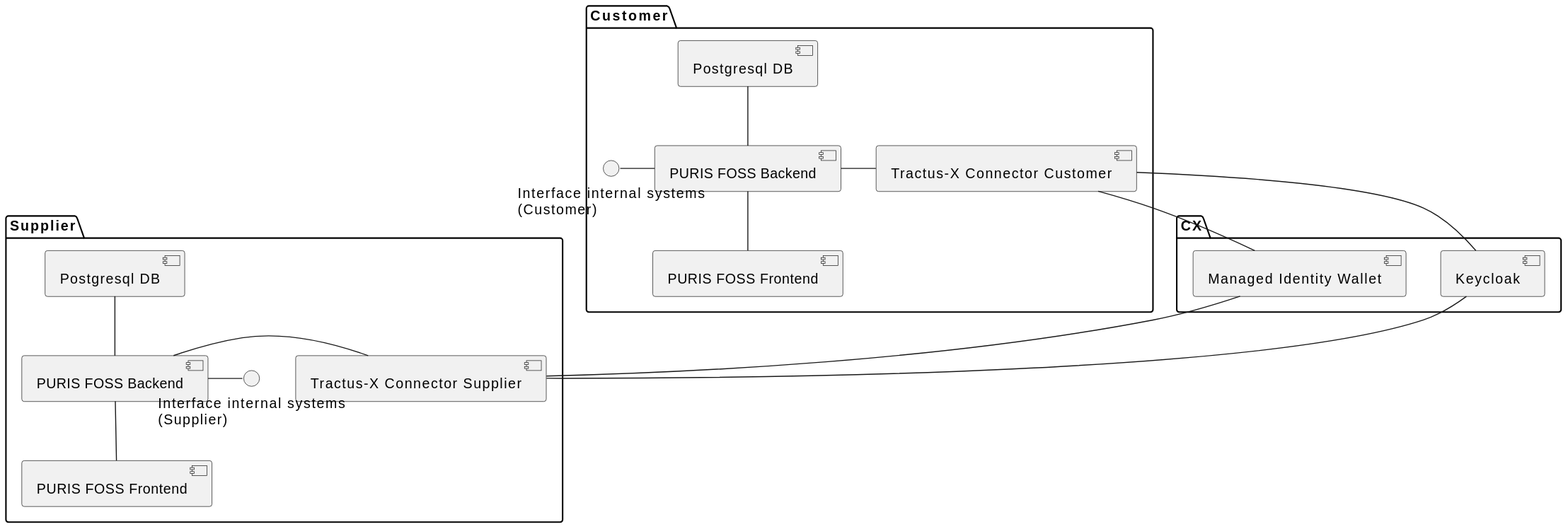
Before: docs/architecture/img/07-deployment.svg, a diagram exported from PlantUML (eclipse-tractusx/puris).
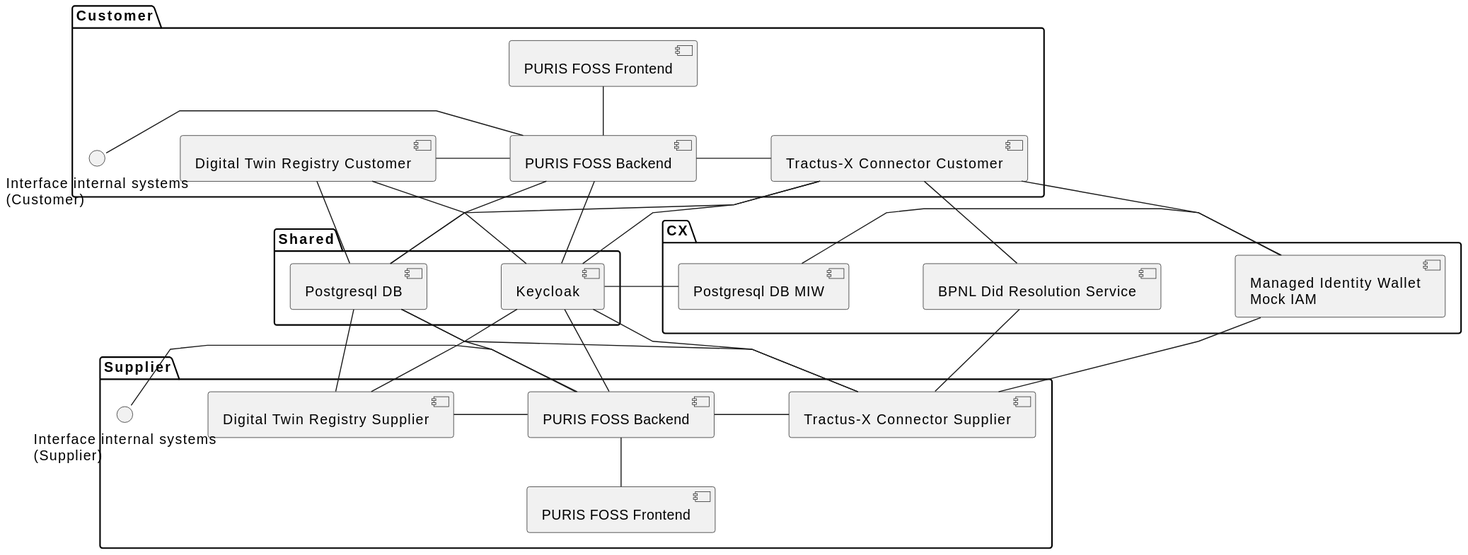
The same file after the commit.

Commit message:
docs(architecture): updated deployment svgs

The edit, as a diff of the source:
```diff
@@ -1,45 +1,71 @@
 @startuml
-package "Customer"{
+skinparam linetype polyline
+skinparam nodesep 75
+skinparam ranksep 50
+
+
+package "Shared" {
+  [Postgresql DB] as postgres_shared
+  [Keycloak] as keycloak
+}
+
+
+package "Customer" {
 
   [Tractus-X Connector Customer] as edc_cus
+  [Digital Twin Registry Customer] as dtr_cus
 
-  [Postgresql DB] as postgres_cus
   [PURIS FOSS Backend] as puris_backend_cus
   [PURIS FOSS Frontend] as puris_frontend_cus
 
+  dtr_cus - puris_backend_cus
+  dtr_cus -- keycloak
+  dtr_cus -- postgres_shared
+  edc_cus -- postgres_shared
   puris_backend_cus - edc_cus
-  postgres_cus -- puris_backend_cus
+  puris_backend_cus -- postgres_shared
+  puris_backend_cus -- keycloak
+  puris_frontend_cus -- puris_backend_cus
   "Interface internal systems\n(Customer)" - puris_backend_cus
-  puris_backend_cus -- puris_frontend_cus
 
 }
 
 package "CX" {
 
-  [Keycloak] as keycloak
-  [Managed Identity Wallet] as miw
+  [Postgresql DB MIW] as pg_miw
+  [Managed Identity Wallet\nMock IAM] as miw
+  [BPNL Did Resolution Service] as bdrs
+
+  keycloak - pg_miw
+  pg_miw - miw
 
 }
 
-
-package "Supplier"{
+package "Supplier" {
 
   [Tractus-X Connector Supplier] as edc_sup
+  [Digital Twin Registry Supplier] as dtr_sup
 
-  [Postgresql DB] as postgres_sup
   [PURIS FOSS Backend] as puris_backend_sup
   [PURIS FOSS Frontend] as puris_frontend_sup
 
-  edc_sup - puris_backend_sup
-  postgres_sup -- puris_backend_sup
-  puris_backend_sup - "Interface internal systems\n(Supplier)"
+  dtr_sup - puris_backend_sup
+  keycloak -- dtr_sup
+  keycloak -- puris_backend_sup
+  postgres_shared -- dtr_sup
+  postgres_shared -- edc_sup
+  puris_backend_sup - edc_sup
+  postgres_shared -- puris_backend_sup
+  "Interface internal systems\n(Supplier)" - puris_backend_sup
   puris_backend_sup -- puris_frontend_sup
 
 }
 
 edc_cus -- keycloak
 edc_cus -- miw
+edc_cus -- bdrs
 
 keycloak -- edc_sup
 miw -- edc_sup
+bdrs -- edc_sup
 @enduml
```
